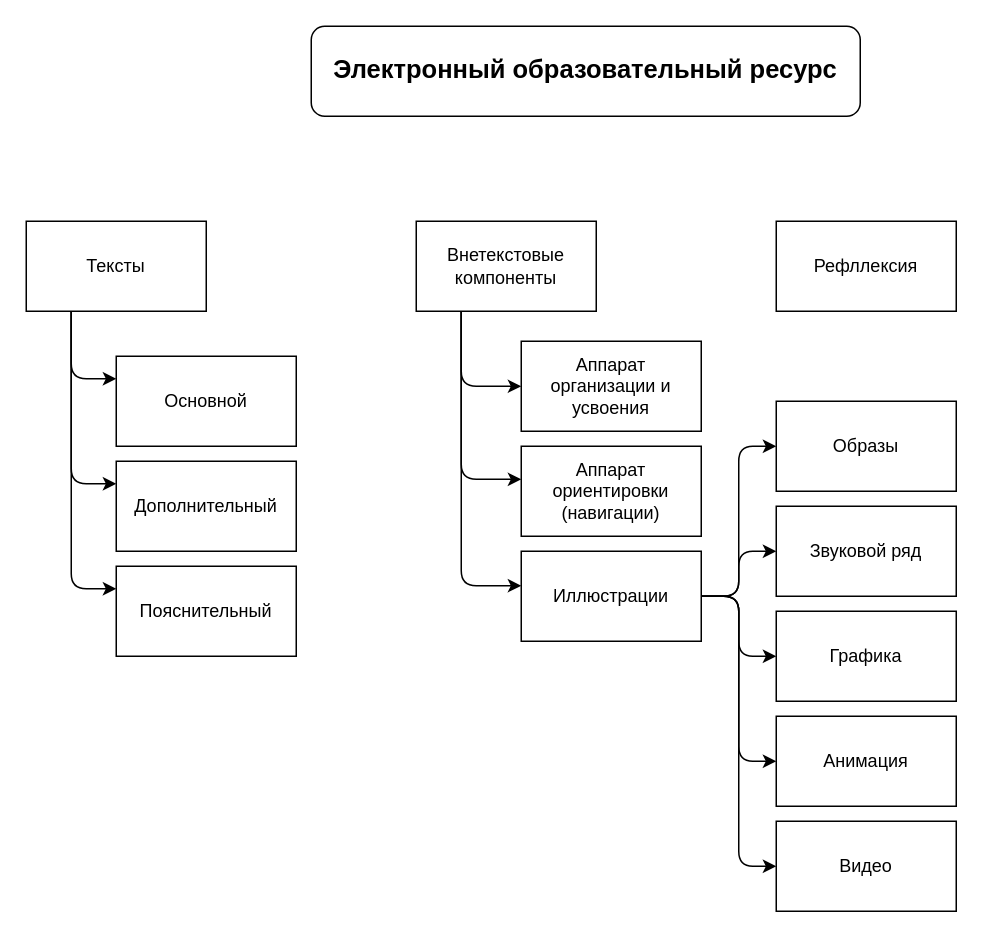
The draw.io diagram Махов.drawio in AndrewKrazhev/DB, before the edit. Source tidied: cells renumbered, new cells numbered last; positions are measured from the earlier drawing's top-left corner, leaving out a move shared by most shapes. Both pictures are drawn from the tidied source at 150%, with x=0, y=0 at pixel (26, 26).
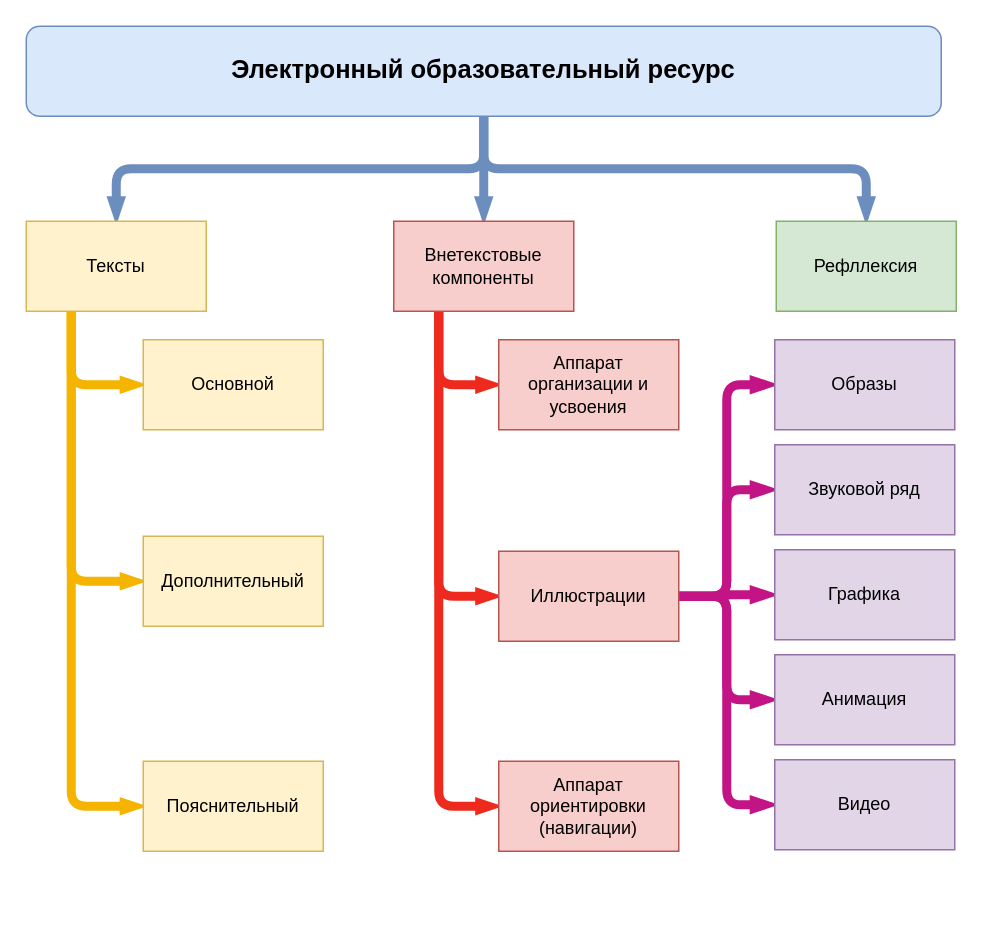
The same page after the edit.

What changed in the source:
```diff
@@
+    <mxCell id="28" style="edgeStyle=orthogonalEdgeStyle;rounded=1;jettySize=auto;html=1;exitX=0.5;exitY=1;exitDx=0;exitDy=0;entryX=0.5;entryY=0;entryDx=0;entryDy=0;endArrow=blockThin;endFill=1;strokeWidth=6;endSize=1;startSize=1;fillColor=#dae8fc;strokeColor=#6c8ebf;" parent="1" edge="1" source="2" target="6">
+      <mxGeometry relative="1" as="geometry" />
+    </mxCell>
+    <mxCell id="29" style="edgeStyle=orthogonalEdgeStyle;rounded=1;jettySize=auto;html=1;exitX=0.5;exitY=1;exitDx=0;exitDy=0;entryX=0.5;entryY=0;entryDx=0;entryDy=0;endArrow=blockThin;endFill=1;strokeWidth=6;endSize=1;startSize=1;fillColor=#dae8fc;strokeColor=#6c8ebf;" parent="1" edge="1" source="2" target="19">
+      <mxGeometry relative="1" as="geometry" />
+    </mxCell>
-    <mxCell id="2" value="Электронный образовательный ресурс" style="rounded=1;whiteSpace=wrap;html=1;fontSize=17;fontStyle=1;" parent="1" vertex="1">
-      <mxGeometry x="190" width="366" height="60" as="geometry" />
+    <mxCell id="2" value="Электронный образовательный ресурс" style="rounded=1;whiteSpace=wrap;html=1;fontSize=17;fontStyle=1;fillColor=#dae8fc;strokeColor=#6c8ebf;" parent="1" vertex="1">
+      <mxGeometry width="610" height="60" as="geometry" />
     </mxCell>
-    <mxCell id="3" style="edgeStyle=orthogonalEdgeStyle;rounded=1;jettySize=auto;html=1;exitX=0.25;exitY=1;exitDx=0;exitDy=0;entryX=0;entryY=0.25;entryDx=0;entryDy=0;" parent="1" edge="1" source="6" target="11">
+    <mxCell id="3" value="&lt;br&gt;" style="edgeStyle=orthogonalEdgeStyle;rounded=1;jettySize=auto;html=1;exitX=0.25;exitY=1;exitDx=0;exitDy=0;entryX=0;entryY=0.5;entryDx=0;entryDy=0;strokeWidth=6;endArrow=blockThin;endFill=1;endSize=0;startSize=0;targetPerimeterSpacing=0;fillColor=#f0a30a;strokeColor=#f5b400;" parent="1" edge="1" source="6" target="11">
       <mxGeometry relative="1" as="geometry" />
     </mxCell>
-    <mxCell id="4" style="edgeStyle=orthogonalEdgeStyle;rounded=1;jettySize=auto;html=1;exitX=0.25;exitY=1;exitDx=0;exitDy=0;entryX=0;entryY=0.25;entryDx=0;entryDy=0;" parent="1" edge="1" source="6" target="12">
+    <mxCell id="4" style="edgeStyle=orthogonalEdgeStyle;rounded=1;jettySize=auto;html=1;exitX=0.25;exitY=1;exitDx=0;exitDy=0;entryX=0;entryY=0.5;entryDx=0;entryDy=0;strokeWidth=6;endArrow=blockThin;endFill=1;endSize=0;startSize=0;targetPerimeterSpacing=0;fillColor=#f0a30a;strokeColor=#f5b400;" parent="1" edge="1" source="6" target="12">
       <mxGeometry relative="1" as="geometry" />
     </mxCell>
-    <mxCell id="5" style="edgeStyle=orthogonalEdgeStyle;rounded=1;jettySize=auto;html=1;exitX=0.25;exitY=1;exitDx=0;exitDy=0;entryX=0;entryY=0.25;entryDx=0;entryDy=0;" parent="1" edge="1" source="6" target="13">
+    <mxCell id="5" style="edgeStyle=orthogonalEdgeStyle;rounded=1;jettySize=auto;html=1;exitX=0.25;exitY=1;exitDx=0;exitDy=0;entryX=0;entryY=0.5;entryDx=0;entryDy=0;strokeWidth=6;endArrow=blockThin;endFill=1;endSize=0;startSize=0;targetPerimeterSpacing=0;fillColor=#f0a30a;strokeColor=#f5b400;" parent="1" edge="1" source="6" target="13">
       <mxGeometry relative="1" as="geometry" />
     </mxCell>
-    <mxCell id="6" value="Тексты" style="rounded=0;whiteSpace=wrap;html=1;" parent="1" vertex="1">
-      <mxGeometry y="130" width="120" height="60" as="geometry" />
-    </mxCell>
-    <mxCell id="7" style="edgeStyle=orthogonalEdgeStyle;rounded=1;jettySize=auto;html=1;exitX=0.25;exitY=1;exitDx=0;exitDy=0;entryX=0;entryY=0.383;entryDx=0;entryDy=0;entryPerimeter=0;" parent="1" edge="1" source="10" target="16">
+    <mxCell id="7" style="edgeStyle=orthogonalEdgeStyle;rounded=1;jettySize=auto;html=1;exitX=0.25;exitY=1;exitDx=0;exitDy=0;entryX=0;entryY=0.5;entryDx=0;entryDy=0;endSize=0;strokeWidth=6;startSize=0;endArrow=blockThin;endFill=1;fillColor=#f8cecc;strokeColor=#ed2a1d;gradientColor=#ea6b66;" parent="1" edge="1" source="10" target="16">
       <mxGeometry relative="1" as="geometry" />
     </mxCell>
-    <mxCell id="8" style="edgeStyle=orthogonalEdgeStyle;rounded=1;jettySize=auto;html=1;exitX=0.25;exitY=1;exitDx=0;exitDy=0;entryX=0;entryY=0.5;entryDx=0;entryDy=0;" parent="1" edge="1" source="10" target="17">
+    <mxCell id="8" style="edgeStyle=orthogonalEdgeStyle;rounded=1;jettySize=auto;html=1;exitX=0.25;exitY=1;exitDx=0;exitDy=0;entryX=0;entryY=0.5;entryDx=0;entryDy=0;endSize=0;strokeWidth=6;startSize=0;endArrow=blockThin;endFill=1;fillColor=#f8cecc;strokeColor=#ed2a1d;gradientColor=#ea6b66;" parent="1" edge="1" source="10" target="17">
       <mxGeometry relative="1" as="geometry" />
     </mxCell>
-    <mxCell id="9" style="edgeStyle=orthogonalEdgeStyle;rounded=1;jettySize=auto;html=1;exitX=0.25;exitY=1;exitDx=0;exitDy=0;entryX=0;entryY=0.367;entryDx=0;entryDy=0;entryPerimeter=0;" parent="1" edge="1" source="10" target="18">
+    <mxCell id="9" style="edgeStyle=orthogonalEdgeStyle;rounded=1;jettySize=auto;html=1;exitX=0.25;exitY=1;exitDx=0;exitDy=0;entryX=0;entryY=0.5;entryDx=0;entryDy=0;endSize=0;strokeWidth=6;startSize=0;endArrow=blockThin;endFill=1;fillColor=#f8cecc;strokeColor=#ed2a1d;gradientColor=#ea6b66;" parent="1" edge="1" source="10" target="18">
       <mxGeometry relative="1" as="geometry" />
     </mxCell>
+    <mxCell id="14" style="edgeStyle=orthogonalEdgeStyle;rounded=1;jettySize=auto;html=1;exitX=1;exitY=0.5;exitDx=0;exitDy=0;entryX=0;entryY=0.5;entryDx=0;entryDy=0;endArrow=blockThin;endFill=1;strokeWidth=6;endSize=1;startSize=1;fillColor=#e6d0de;gradientColor=#d5739d;strokeColor=#c21485;" parent="1" edge="1" source="16" target="20">
+      <mxGeometry relative="1" as="geometry" />
+    </mxCell>
+    <mxCell id="15" style="edgeStyle=orthogonalEdgeStyle;rounded=1;jettySize=auto;html=1;exitX=1;exitY=0.5;exitDx=0;exitDy=0;entryX=0;entryY=0.5;entryDx=0;entryDy=0;endArrow=blockThin;endFill=1;strokeWidth=6;endSize=1;startSize=1;fillColor=#e6d0de;gradientColor=#d5739d;strokeColor=#c21485;" parent="1" edge="1" source="16" target="21">
+      <mxGeometry relative="1" as="geometry" />
+    </mxCell>
+    <mxCell id="25" style="edgeStyle=orthogonalEdgeStyle;rounded=1;jettySize=auto;html=1;exitX=1;exitY=0.5;exitDx=0;exitDy=0;endArrow=blockThin;endFill=1;strokeWidth=6;endSize=1;startSize=1;fillColor=#e6d0de;gradientColor=#d5739d;strokeColor=#c21485;" parent="1" edge="1" source="16" target="22">
+      <mxGeometry relative="1" as="geometry" />
+    </mxCell>
+    <mxCell id="26" style="edgeStyle=orthogonalEdgeStyle;rounded=1;jettySize=auto;html=1;exitX=1;exitY=0.5;exitDx=0;exitDy=0;entryX=0;entryY=0.5;entryDx=0;entryDy=0;endArrow=blockThin;endFill=1;strokeWidth=6;endSize=1;startSize=1;fillColor=#e6d0de;gradientColor=#d5739d;strokeColor=#c21485;" parent="1" edge="1" source="16" target="23">
+      <mxGeometry relative="1" as="geometry" />
+    </mxCell>
+    <mxCell id="27" style="edgeStyle=orthogonalEdgeStyle;rounded=1;jettySize=auto;html=1;exitX=1;exitY=0.5;exitDx=0;exitDy=0;entryX=0;entryY=0.5;entryDx=0;entryDy=0;endArrow=blockThin;endFill=1;strokeWidth=6;endSize=1;startSize=1;fillColor=#e6d0de;gradientColor=#d5739d;strokeColor=#c21485;" parent="1" edge="1" source="16" target="24">
+      <mxGeometry relative="1" as="geometry" />
+    </mxCell>
+    <mxCell id="30" style="edgeStyle=orthogonalEdgeStyle;rounded=1;jettySize=auto;html=1;exitX=0.5;exitY=1;exitDx=0;exitDy=0;entryX=0.5;entryY=0;entryDx=0;entryDy=0;endArrow=blockThin;endFill=1;strokeWidth=6;endSize=1;startSize=1;fillColor=#dae8fc;strokeColor=#6c8ebf;" parent="1" edge="1" source="2" target="10">
+      <mxGeometry relative="1" as="geometry" />
+    </mxCell>
+    <mxCell id="6" value="Тексты" style="rounded=0;whiteSpace=wrap;html=1;fillColor=#fff2cc;strokeColor=#d6b656;" parent="1" vertex="1">
+      <mxGeometry y="130" width="120" height="60" as="geometry" />
+    </mxCell>
-    <mxCell id="10" value="Внетекстовые компоненты" style="rounded=0;whiteSpace=wrap;html=1;" parent="1" vertex="1">
-      <mxGeometry x="260" y="130" width="120" height="60" as="geometry" />
+    <mxCell id="10" value="Внетекстовые компоненты" style="rounded=0;whiteSpace=wrap;html=1;fillColor=#f8cecc;strokeColor=#b85450;" parent="1" vertex="1">
+      <mxGeometry x="245" y="130" width="120" height="60" as="geometry" />
     </mxCell>
-    <mxCell id="11" value="Основной" style="rounded=0;whiteSpace=wrap;html=1;" parent="1" vertex="1">
-      <mxGeometry x="60" y="220" width="120" height="60" as="geometry" />
+    <mxCell id="11" value="Основной" style="rounded=0;whiteSpace=wrap;html=1;fillColor=#fff2cc;strokeColor=#d6b656;" parent="1" vertex="1">
+      <mxGeometry x="78" y="209" width="120" height="60" as="geometry" />
     </mxCell>
-    <mxCell id="12" value="Дополнительный" style="rounded=0;whiteSpace=wrap;html=1;" parent="1" vertex="1">
-      <mxGeometry x="60" y="290" width="120" height="60" as="geometry" />
+    <mxCell id="12" value="Дополнительный" style="rounded=0;whiteSpace=wrap;html=1;fillColor=#fff2cc;strokeColor=#d6b656;" parent="1" vertex="1">
+      <mxGeometry x="78" y="340" width="120" height="60" as="geometry" />
     </mxCell>
-    <mxCell id="13" value="Пояснительный" style="rounded=0;whiteSpace=wrap;html=1;" parent="1" vertex="1">
-      <mxGeometry x="60" y="360" width="120" height="60" as="geometry" />
+    <mxCell id="13" value="Пояснительный" style="rounded=0;whiteSpace=wrap;html=1;fillColor=#fff2cc;strokeColor=#d6b656;" parent="1" vertex="1">
+      <mxGeometry x="78" y="490" width="120" height="60" as="geometry" />
     </mxCell>
-    <mxCell id="14" style="edgeStyle=orthogonalEdgeStyle;rounded=1;jettySize=auto;html=1;exitX=1;exitY=0.5;exitDx=0;exitDy=0;entryX=0;entryY=0.5;entryDx=0;entryDy=0;" parent="1" edge="1" source="16" target="20">
-      <mxGeometry relative="1" as="geometry" />
-    </mxCell>
-    <mxCell id="15" style="edgeStyle=orthogonalEdgeStyle;rounded=1;jettySize=auto;html=1;exitX=1;exitY=0.5;exitDx=0;exitDy=0;entryX=0;entryY=0.5;entryDx=0;entryDy=0;" parent="1" edge="1" source="16" target="21">
-      <mxGeometry relative="1" as="geometry" />
-    </mxCell>
-    <mxCell id="16" value="Иллюстрации" style="rounded=0;whiteSpace=wrap;html=1;" parent="1" vertex="1">
-      <mxGeometry x="330" y="350" width="120" height="60" as="geometry" />
+    <mxCell id="16" value="Иллюстрации" style="rounded=0;whiteSpace=wrap;html=1;fillColor=#f8cecc;strokeColor=#b85450;" parent="1" vertex="1">
+      <mxGeometry x="315" y="350" width="120" height="60" as="geometry" />
     </mxCell>
-    <mxCell id="17" value="Аппарат организации и усвоения" style="rounded=0;whiteSpace=wrap;html=1;" parent="1" vertex="1">
-      <mxGeometry x="330" y="210" width="120" height="60" as="geometry" />
+    <mxCell id="17" value="Аппарат организации и усвоения" style="rounded=0;whiteSpace=wrap;html=1;fillColor=#f8cecc;strokeColor=#b85450;" parent="1" vertex="1">
+      <mxGeometry x="315" y="209" width="120" height="60" as="geometry" />
     </mxCell>
-    <mxCell id="18" value="Аппарат ориентировки (навигации)" style="rounded=0;whiteSpace=wrap;html=1;" parent="1" vertex="1">
-      <mxGeometry x="330" y="280" width="120" height="60" as="geometry" />
+    <mxCell id="18" value="Аппарат ориентировки (навигации)" style="rounded=0;whiteSpace=wrap;html=1;fillColor=#f8cecc;strokeColor=#b85450;" parent="1" vertex="1">
+      <mxGeometry x="315" y="490" width="120" height="60" as="geometry" />
     </mxCell>
-    <mxCell id="19" value="Рефллексия" style="rounded=0;whiteSpace=wrap;html=1;" parent="1" vertex="1">
+    <mxCell id="19" value="Рефллексия" style="rounded=0;whiteSpace=wrap;html=1;fillColor=#d5e8d4;strokeColor=#82b366;" parent="1" vertex="1">
       <mxGeometry x="500" y="130" width="120" height="60" as="geometry" />
     </mxCell>
-    <mxCell id="20" value="Образы" style="rounded=0;whiteSpace=wrap;html=1;" parent="1" vertex="1">
-      <mxGeometry x="500" y="250" width="120" height="60" as="geometry" />
+    <mxCell id="20" value="Образы" style="rounded=0;whiteSpace=wrap;html=1;fillColor=#e1d5e7;strokeColor=#9673a6;" parent="1" vertex="1">
+      <mxGeometry x="499" y="209" width="120" height="60" as="geometry" />
     </mxCell>
-    <mxCell id="21" value="Звуковой ряд" style="rounded=0;whiteSpace=wrap;html=1;" parent="1" vertex="1">
-      <mxGeometry x="500" y="320" width="120" height="60" as="geometry" />
+    <mxCell id="21" value="Звуковой ряд" style="rounded=0;whiteSpace=wrap;html=1;fillColor=#e1d5e7;strokeColor=#9673a6;" parent="1" vertex="1">
+      <mxGeometry x="499" y="279" width="120" height="60" as="geometry" />
     </mxCell>
-    <mxCell id="22" value="Графика" style="rounded=0;whiteSpace=wrap;html=1;" parent="1" vertex="1">
-      <mxGeometry x="500" y="390" width="120" height="60" as="geometry" />
+    <mxCell id="22" value="Графика" style="rounded=0;whiteSpace=wrap;html=1;fillColor=#e1d5e7;strokeColor=#9673a6;" parent="1" vertex="1">
+      <mxGeometry x="499" y="349" width="120" height="60" as="geometry" />
     </mxCell>
-    <mxCell id="23" value="Анимация" style="rounded=0;whiteSpace=wrap;html=1;" parent="1" vertex="1">
-      <mxGeometry x="500" y="460" width="120" height="60" as="geometry" />
+    <mxCell id="23" value="Анимация" style="rounded=0;whiteSpace=wrap;html=1;fillColor=#e1d5e7;strokeColor=#9673a6;" parent="1" vertex="1">
+      <mxGeometry x="499" y="419" width="120" height="60" as="geometry" />
     </mxCell>
-    <mxCell id="24" value="Видео" style="rounded=0;whiteSpace=wrap;html=1;" parent="1" vertex="1">
-      <mxGeometry x="500" y="530" width="120" height="60" as="geometry" />
+    <mxCell id="24" value="Видео" style="rounded=0;whiteSpace=wrap;html=1;fillColor=#e1d5e7;strokeColor=#9673a6;" parent="1" vertex="1">
+      <mxGeometry x="499" y="489" width="120" height="60" as="geometry" />
     </mxCell>
-    <mxCell id="25" style="edgeStyle=orthogonalEdgeStyle;rounded=1;jettySize=auto;html=1;exitX=1;exitY=0.5;exitDx=0;exitDy=0;" parent="1" edge="1" source="16" target="22">
-      <mxGeometry relative="1" as="geometry" />
-    </mxCell>
-    <mxCell id="26" style="edgeStyle=orthogonalEdgeStyle;rounded=1;jettySize=auto;html=1;exitX=1;exitY=0.5;exitDx=0;exitDy=0;entryX=0;entryY=0.5;entryDx=0;entryDy=0;" parent="1" edge="1" source="16" target="23">
-      <mxGeometry relative="1" as="geometry" />
-    </mxCell>
-    <mxCell id="27" style="edgeStyle=orthogonalEdgeStyle;rounded=1;jettySize=auto;html=1;exitX=1;exitY=0.5;exitDx=0;exitDy=0;entryX=0;entryY=0.5;entryDx=0;entryDy=0;" parent="1" edge="1" source="16" target="24">
-      <mxGeometry relative="1" as="geometry" />
-    </mxCell>
```
